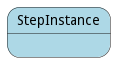
madajaju/edgemere keeps this PlantUML diagram as docs/edgemere/aml/ds/pm/models/stepinstance/statenet.png. Above is the earlier version. The source it was exported from:
```plantuml
@startuml



state StepInstance #lightblue {




}


@enduml
```
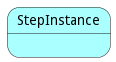
After the commit.

Diff of the diagram source:
```diff
@@ -2,7 +2,7 @@
 
 
 
-state StepInstance #lightblue {
+state StepInstance #aaffff {
 
 
 
```
